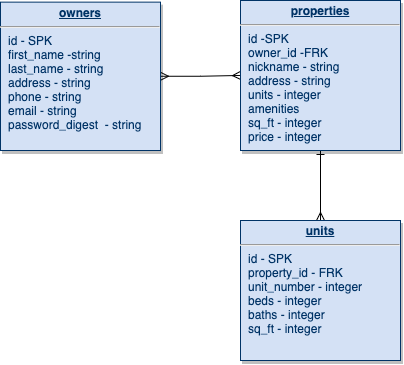
tiffanybibby/acrebound keeps this draw.io diagram as assets/acrebound_erd.png. Above is the earlier version. Source tidied: cells renumbered, new cells last; positions are measured from the earlier drawing's top-left corner, leaving out a move shared by most shapes.
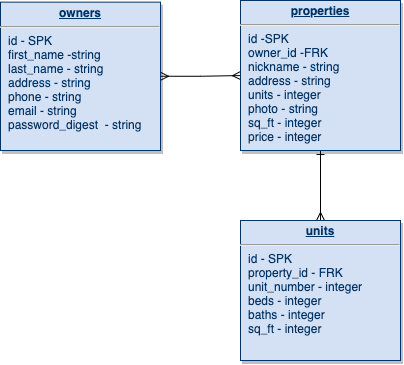
After the commit.

What changed in the source:
```diff
@@ -11,7 +11,7 @@
     <mxCell id="4" style="edgeStyle=orthogonalEdgeStyle;rounded=0;jettySize=auto;html=1;endArrow=ERmany;endFill=0;startArrow=ERone;startFill=0;" parent="1" edge="1" source="5" target="6">
       <mxGeometry relative="1" as="geometry" />
     </mxCell>
-    <mxCell id="5" value="&lt;p style=&quot;margin: 0px ; margin-top: 4px ; text-align: center ; text-decoration: underline&quot;&gt;&lt;b&gt;properties&lt;/b&gt;&lt;/p&gt;&lt;hr&gt;&lt;p style=&quot;margin: 0px ; margin-left: 8px&quot;&gt;id -SPK&lt;/p&gt;&lt;p style=&quot;margin: 0px ; margin-left: 8px&quot;&gt;owner_id -FRK&lt;/p&gt;&lt;p style=&quot;margin: 0px ; margin-left: 8px&quot;&gt;nickname - string&lt;/p&gt;&lt;p style=&quot;margin: 0px ; margin-left: 8px&quot;&gt;address - string&lt;/p&gt;&lt;p style=&quot;margin: 0px ; margin-left: 8px&quot;&gt;units - integer&lt;/p&gt;&lt;p style=&quot;margin: 0px ; margin-left: 8px&quot;&gt;amenities&lt;/p&gt;&lt;p style=&quot;margin: 0px ; margin-left: 8px&quot;&gt;sq_ft - integer&lt;/p&gt;&lt;p style=&quot;margin: 0px ; margin-left: 8px&quot;&gt;price - integer&lt;/p&gt;&lt;p style=&quot;margin: 0px ; margin-left: 8px&quot;&gt;&lt;br&gt;&lt;/p&gt;" style="verticalAlign=top;align=left;overflow=fill;fontSize=12;fontFamily=Helvetica;html=1;strokeColor=#003366;shadow=1;fillColor=#D4E1F5;fontColor=#003366;" parent="1" vertex="1">
+    <mxCell id="5" value="&lt;p style=&quot;margin: 0px ; margin-top: 4px ; text-align: center ; text-decoration: underline&quot;&gt;&lt;b&gt;properties&lt;/b&gt;&lt;/p&gt;&lt;hr&gt;&lt;p style=&quot;margin: 0px ; margin-left: 8px&quot;&gt;id -SPK&lt;/p&gt;&lt;p style=&quot;margin: 0px ; margin-left: 8px&quot;&gt;owner_id -FRK&lt;/p&gt;&lt;p style=&quot;margin: 0px ; margin-left: 8px&quot;&gt;nickname - string&lt;/p&gt;&lt;p style=&quot;margin: 0px ; margin-left: 8px&quot;&gt;address - string&lt;/p&gt;&lt;p style=&quot;margin: 0px ; margin-left: 8px&quot;&gt;units - integer&lt;/p&gt;&lt;p style=&quot;margin: 0px ; margin-left: 8px&quot;&gt;photo - string&lt;/p&gt;&lt;p style=&quot;margin: 0px ; margin-left: 8px&quot;&gt;sq_ft - integer&lt;/p&gt;&lt;p style=&quot;margin: 0px ; margin-left: 8px&quot;&gt;price - integer&lt;/p&gt;&lt;p style=&quot;margin: 0px ; margin-left: 8px&quot;&gt;&lt;br&gt;&lt;/p&gt;" style="verticalAlign=top;align=left;overflow=fill;fontSize=12;fontFamily=Helvetica;html=1;strokeColor=#003366;shadow=1;fillColor=#D4E1F5;fontColor=#003366;" parent="1" vertex="1">
       <mxGeometry x="240" width="160" height="150" as="geometry" />
     </mxCell>
     <mxCell id="6" value="&lt;p style=&quot;margin: 0px ; margin-top: 4px ; text-align: center ; text-decoration: underline&quot;&gt;&lt;b&gt;units&lt;/b&gt;&lt;/p&gt;&lt;hr&gt;&lt;p style=&quot;margin: 0px ; margin-left: 8px&quot;&gt;id - SPK&lt;/p&gt;&lt;p style=&quot;margin: 0px ; margin-left: 8px&quot;&gt;property_id - FRK&lt;/p&gt;&lt;p style=&quot;margin: 0px ; margin-left: 8px&quot;&gt;unit_number - integer&lt;/p&gt;&lt;p style=&quot;margin: 0px ; margin-left: 8px&quot;&gt;beds - integer&lt;/p&gt;&lt;p style=&quot;margin: 0px ; margin-left: 8px&quot;&gt;baths - integer&lt;/p&gt;&lt;p style=&quot;margin: 0px ; margin-left: 8px&quot;&gt;sq_ft - integer&lt;/p&gt;&lt;p style=&quot;margin: 0px ; margin-left: 8px&quot;&gt;&lt;br&gt;&lt;/p&gt;&lt;p style=&quot;margin: 0px ; margin-left: 8px&quot;&gt;&lt;br&gt;&lt;/p&gt;" style="verticalAlign=top;align=left;overflow=fill;fontSize=12;fontFamily=Helvetica;html=1;strokeColor=#003366;shadow=1;fillColor=#D4E1F5;fontColor=#003366;" parent="1" vertex="1">
```
